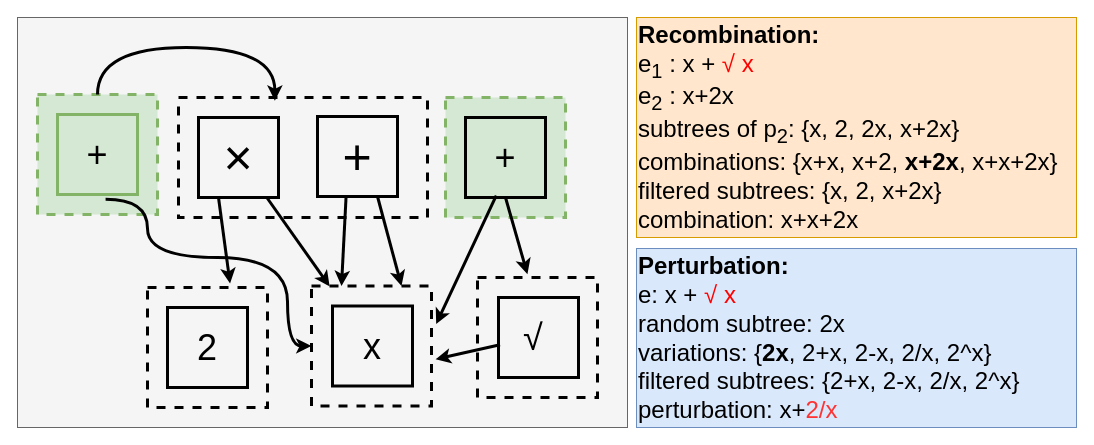
Above: page "perturbExample" (13 of 21) of draw/egraph_workshop.drawio in folivetti/egraph_slides (draw.io), before the change. Source tidied: cells renumbered, new cells numbered last; positions are measured from the earlier drawing's top-left corner, leaving out a move shared by most shapes. Both pictures are drawn from the tidied source at 100%, with x=0, y=0 at pixel (17, 17).
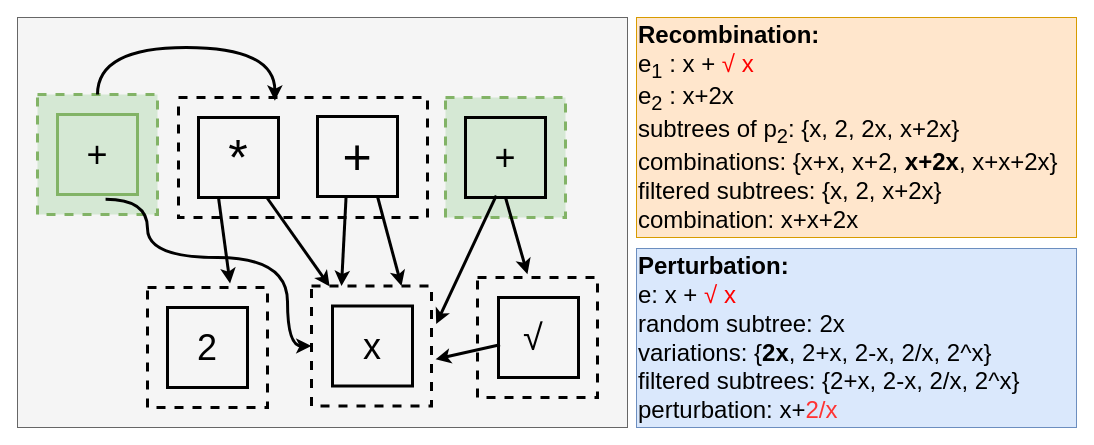
After the change.

The change refers to these unchanged cells:
```xml
<mxCell id="3" style="group;" parent="1" vertex="1">
  <mxGeometry x="20" y="30" width="560" height="360" as="geometry" />
</mxCell>
```

Diff of the diagram source:
```diff
@@
-    <mxCell id="14" value="&lt;font style=&quot;font-size: 50px;&quot;&gt;×&lt;/font&gt;" style="whiteSpace=wrap;html=1;fillColor=none;strokeWidth=3;" parent="3" vertex="1">
+    <mxCell id="14" value="&lt;font style=&quot;font-size: 50px;&quot;&gt;*&lt;/font&gt;" style="whiteSpace=wrap;html=1;fillColor=none;strokeWidth=3;" parent="3" vertex="1">
       <mxGeometry x="161" y="70" width="80" height="80" as="geometry" />
     </mxCell>
```
